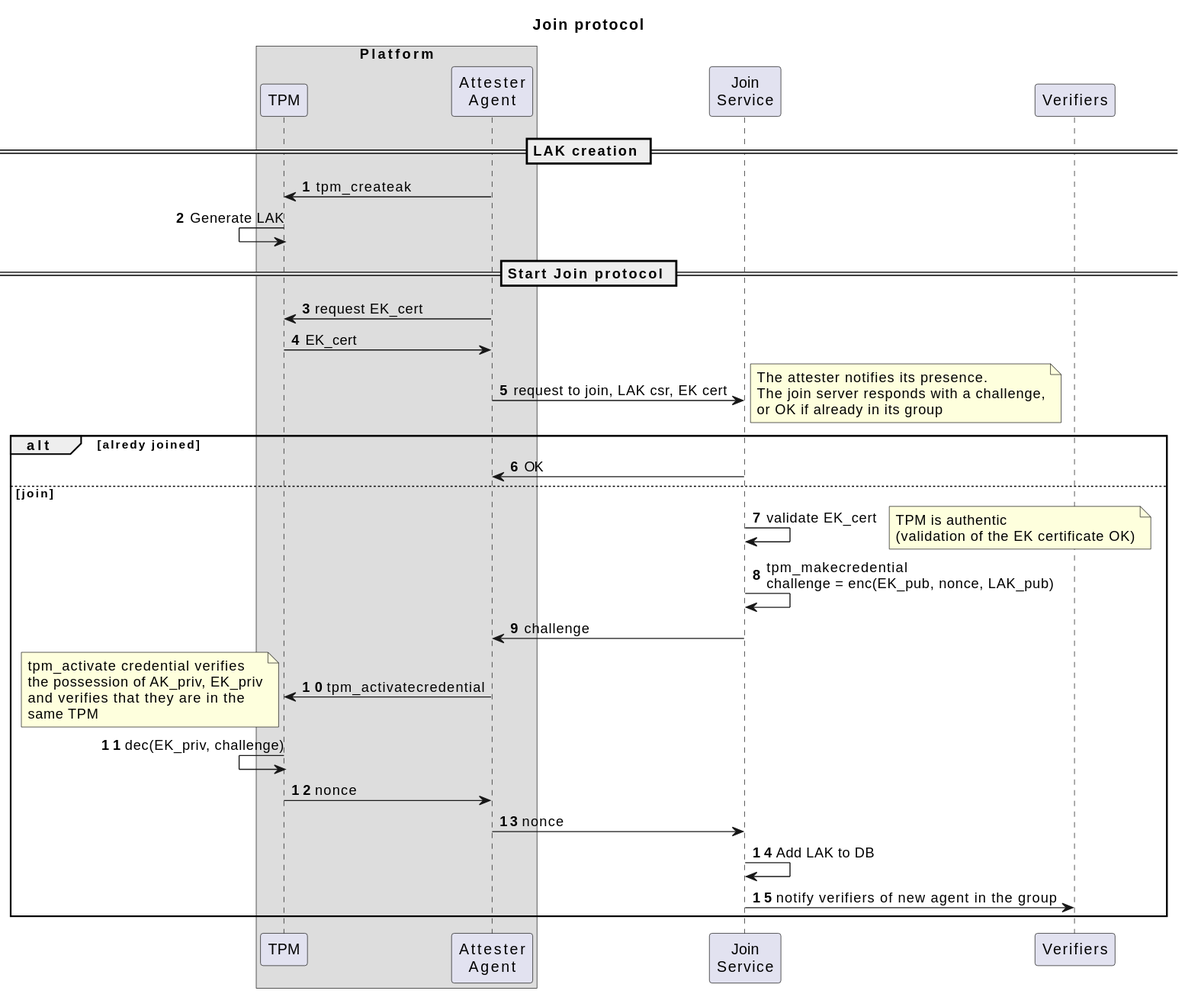
Before: docs/protocols/join.svg, a diagram exported from PlantUML (Cybersecurity-LINKS/embrave).
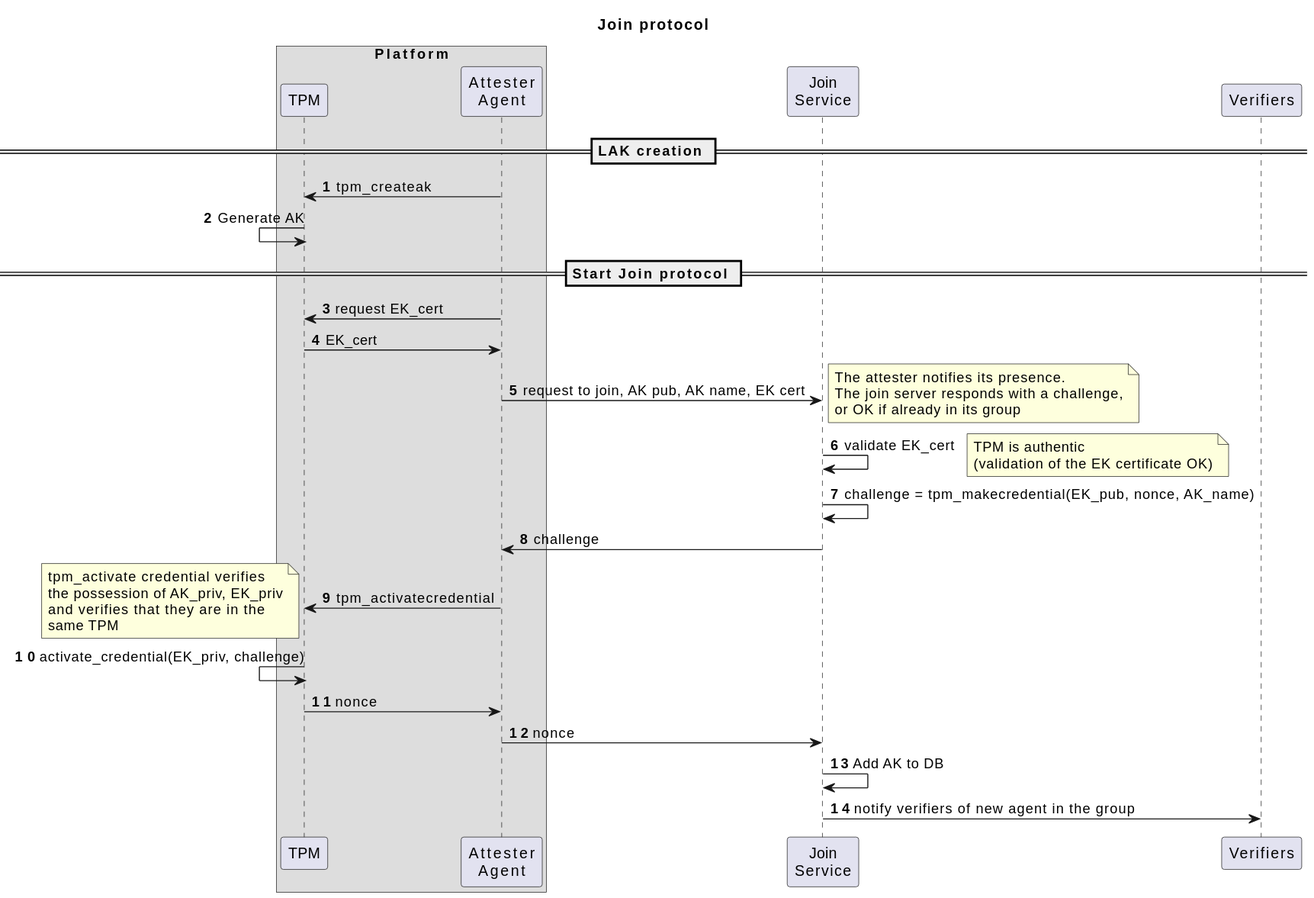
The same file after the commit.

Diff of the diagram source:
```diff
@@ -12,27 +12,24 @@
 
 == LAK creation ==
 TPM<-attester_agent: tpm_createak
-TPM<-TPM:  Generate LAK
+TPM<-TPM:  Generate AK
 
 == Start Join protocol ==
 TPM<-attester_agent: request EK_cert
 TPM->attester_agent: EK_cert
-attester_agent->join_service: request to join, LAK csr, EK cert
+attester_agent->join_service: request to join, AK pub, AK name, EK cert
 note right
 The attester notifies its presence.
 The join server responds with a challenge,
 or OK if already in its group
 end note
 
-alt alredy joined
-  join_service->attester_agent: OK
-else join
   join_service->join_service: validate EK_cert
   note right
     TPM is authentic
     (validation of the EK certificate OK)
   end note
-  join_service->join_service: tpm_makecredential\nchallenge = enc(EK_pub, nonce, LAK_pub)
+  join_service->join_service: challenge = tpm_makecredential(EK_pub, nonce, AK_name)
   attester_agent<-join_service: challenge
   TPM<-attester_agent: tpm_activatecredential
   note left
@@ -41,10 +38,9 @@
     and verifies that they are in the
     same TPM
   end note
-  TPM<-TPM: dec(EK_priv, challenge)
+  TPM<-TPM: activate_credential(EK_priv, challenge)
   TPM->attester_agent: nonce
   attester_agent->join_service: nonce
-  join_service->join_service: Add LAK to DB
+  join_service->join_service: Add AK to DB
   join_service->Verifiers: notify verifiers of new agent in the group
-end
 @enduml
```
